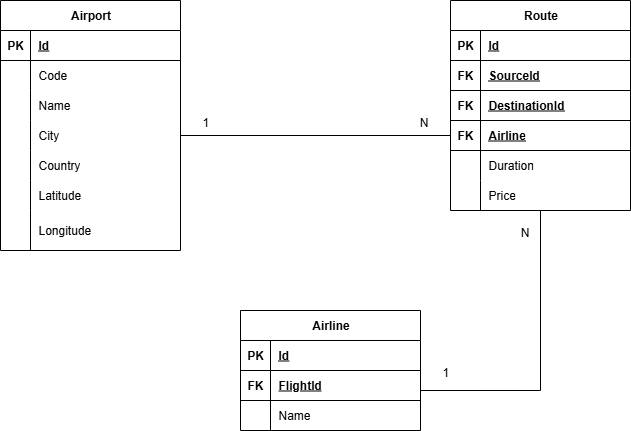
The draw.io diagram docs/dbdiagram.drawio.png in gast0nestevez/solvd-laba-personal-project, before a commit. Source tidied: cells renumbered, new cells last; positions are measured from the earlier drawing's top-left corner, leaving out a move shared by most shapes. Source of this version:
```xml
<mxGraphModel>
  <root>
    <mxCell id="0" />
    <mxCell id="1" parent="0" />
    <mxCell id="2" value="Airport" style="shape=table;startSize=30;rowLines=0;fontStyle=1;align=center;html=1;" parent="1" vertex="1">
      <mxGeometry width="180" height="250" as="geometry" />
    </mxCell>
    <mxCell id="3" style="shape=tableRow;horizontal=0;startSize=0;swimlaneHead=0;swimlaneBody=0;fillColor=none;top=0;left=0;right=0;bottom=1;" parent="2" vertex="1">
      <mxGeometry y="30" width="180" height="30" as="geometry" />
    </mxCell>
    <mxCell id="4" value="PK" style="shape=partialRectangle;fillColor=none;top=0;left=0;bottom=0;right=0;fontStyle=1;overflow=hidden;whiteSpace=wrap;html=1;" parent="3" vertex="1">
      <mxGeometry width="30" height="30" as="geometry" />
    </mxCell>
    <mxCell id="5" value="I&lt;span style=&quot;background-color: transparent; color: light-dark(rgb(0, 0, 0), rgb(255, 255, 255));&quot;&gt;d&lt;/span&gt;" style="shape=partialRectangle;fillColor=none;top=0;left=0;bottom=0;right=0;align=left;spacingLeft=6;fontStyle=5;overflow=hidden;whiteSpace=wrap;html=1;" parent="3" vertex="1">
      <mxGeometry x="30" width="150" height="30" as="geometry" />
    </mxCell>
    <mxCell id="6" style="shape=tableRow;horizontal=0;startSize=0;swimlaneHead=0;swimlaneBody=0;fillColor=none;top=0;left=0;right=0;bottom=0;" parent="2" vertex="1">
      <mxGeometry y="60" width="180" height="30" as="geometry" />
    </mxCell>
    <mxCell id="7" style="shape=partialRectangle;fillColor=none;top=0;left=0;bottom=0;right=0;overflow=hidden;whiteSpace=wrap;html=1;" parent="6" vertex="1">
      <mxGeometry width="30" height="30" as="geometry" />
    </mxCell>
    <mxCell id="8" value="Code" style="shape=partialRectangle;fillColor=none;top=0;left=0;bottom=0;right=0;align=left;spacingLeft=6;overflow=hidden;whiteSpace=wrap;html=1;" parent="6" vertex="1">
      <mxGeometry x="30" width="150" height="30" as="geometry" />
    </mxCell>
    <mxCell id="9" style="shape=tableRow;horizontal=0;startSize=0;swimlaneHead=0;swimlaneBody=0;fillColor=none;top=0;left=0;right=0;bottom=0;" parent="2" vertex="1">
      <mxGeometry y="90" width="180" height="30" as="geometry" />
    </mxCell>
    <mxCell id="10" style="shape=partialRectangle;fillColor=none;top=0;left=0;bottom=0;right=0;overflow=hidden;whiteSpace=wrap;html=1;" parent="9" vertex="1">
      <mxGeometry width="30" height="30" as="geometry" />
    </mxCell>
    <mxCell id="11" value="Name" style="shape=partialRectangle;fillColor=none;top=0;left=0;bottom=0;right=0;align=left;spacingLeft=6;overflow=hidden;whiteSpace=wrap;html=1;" parent="9" vertex="1">
      <mxGeometry x="30" width="150" height="30" as="geometry" />
    </mxCell>
    <mxCell id="12" style="shape=tableRow;horizontal=0;startSize=0;swimlaneHead=0;swimlaneBody=0;fillColor=none;points=[[0,0.5],[1,0.5]];portConstraint=eastwest;top=0;left=0;right=0;bottom=0;" parent="2" vertex="1">
      <mxGeometry y="120" width="180" height="30" as="geometry" />
    </mxCell>
    <mxCell id="13" style="shape=partialRectangle;fillColor=none;top=0;left=0;bottom=0;right=0;overflow=hidden;whiteSpace=wrap;html=1;" parent="12" vertex="1">
      <mxGeometry width="30" height="30" as="geometry" />
    </mxCell>
    <mxCell id="14" value="City" style="shape=partialRectangle;fillColor=none;top=0;left=0;bottom=0;right=0;align=left;spacingLeft=6;overflow=hidden;whiteSpace=wrap;html=1;" parent="12" vertex="1">
      <mxGeometry x="30" width="150" height="30" as="geometry" />
    </mxCell>
    <mxCell id="15" style="shape=tableRow;horizontal=0;startSize=0;swimlaneHead=0;swimlaneBody=0;fillColor=none;top=0;left=0;right=0;bottom=0;" parent="2" vertex="1">
      <mxGeometry y="150" width="180" height="30" as="geometry" />
    </mxCell>
    <mxCell id="16" style="shape=partialRectangle;fillColor=none;top=0;left=0;bottom=0;right=0;overflow=hidden;whiteSpace=wrap;html=1;" parent="15" vertex="1">
      <mxGeometry width="30" height="30" as="geometry" />
    </mxCell>
    <mxCell id="17" value="Country" style="shape=partialRectangle;fillColor=none;top=0;left=0;bottom=0;right=0;align=left;spacingLeft=6;overflow=hidden;whiteSpace=wrap;html=1;" parent="15" vertex="1">
      <mxGeometry x="30" width="150" height="30" as="geometry" />
    </mxCell>
    <mxCell id="18" style="shape=tableRow;horizontal=0;startSize=0;swimlaneHead=0;swimlaneBody=0;fillColor=none;top=0;left=0;right=0;bottom=0;" parent="2" vertex="1">
      <mxGeometry y="180" width="180" height="30" as="geometry" />
    </mxCell>
    <mxCell id="19" style="shape=partialRectangle;fillColor=none;top=0;left=0;bottom=0;right=0;overflow=hidden;whiteSpace=wrap;html=1;" parent="18" vertex="1">
      <mxGeometry width="30" height="30" as="geometry" />
    </mxCell>
    <mxCell id="20" value="Latitude" style="shape=partialRectangle;fillColor=none;top=0;left=0;bottom=0;right=0;align=left;spacingLeft=6;overflow=hidden;whiteSpace=wrap;html=1;" parent="18" vertex="1">
      <mxGeometry x="30" width="150" height="30" as="geometry" />
    </mxCell>
    <mxCell id="21" style="shape=tableRow;horizontal=0;startSize=0;swimlaneHead=0;swimlaneBody=0;fillColor=none;top=0;left=0;right=0;bottom=0;" parent="2" vertex="1">
      <mxGeometry y="210" width="180" height="40" as="geometry" />
    </mxCell>
    <mxCell id="22" style="shape=partialRectangle;fillColor=none;top=0;left=0;bottom=0;right=0;overflow=hidden;whiteSpace=wrap;html=1;" parent="21" vertex="1">
      <mxGeometry width="30" height="40" as="geometry" />
    </mxCell>
    <mxCell id="23" value="Longitude" style="shape=partialRectangle;fillColor=none;top=0;left=0;bottom=0;right=0;align=left;spacingLeft=6;overflow=hidden;whiteSpace=wrap;html=1;" parent="21" vertex="1">
      <mxGeometry x="30" width="150" height="40" as="geometry" />
    </mxCell>
    <mxCell id="24" value="Route" style="shape=table;startSize=30;rowLines=0;fontStyle=1;align=center;html=1;" parent="1" vertex="1">
      <mxGeometry x="450" width="180" height="210" as="geometry" />
    </mxCell>
    <mxCell id="25" style="shape=tableRow;horizontal=0;startSize=0;swimlaneHead=0;swimlaneBody=0;fillColor=none;top=0;left=0;right=0;bottom=1;" parent="24" vertex="1">
      <mxGeometry y="30" width="180" height="30" as="geometry" />
    </mxCell>
    <mxCell id="26" value="PK" style="shape=partialRectangle;fillColor=none;top=0;left=0;bottom=0;right=0;fontStyle=1;overflow=hidden;whiteSpace=wrap;html=1;" parent="25" vertex="1">
      <mxGeometry width="30" height="30" as="geometry" />
    </mxCell>
    <mxCell id="27" value="Id" style="shape=partialRectangle;fillColor=none;top=0;left=0;bottom=0;right=0;align=left;spacingLeft=6;fontStyle=5;overflow=hidden;whiteSpace=wrap;html=1;" parent="25" vertex="1">
      <mxGeometry x="30" width="150" height="30" as="geometry" />
    </mxCell>
    <mxCell id="28" style="shape=tableRow;horizontal=0;startSize=0;swimlaneHead=0;swimlaneBody=0;fillColor=none;top=0;left=0;right=0;bottom=1;" parent="24" vertex="1">
      <mxGeometry y="60" width="180" height="30" as="geometry" />
    </mxCell>
    <mxCell id="29" value="FK" style="shape=partialRectangle;fillColor=none;top=0;left=0;bottom=0;right=0;fontStyle=1;overflow=hidden;whiteSpace=wrap;html=1;" parent="28" vertex="1">
      <mxGeometry width="30" height="30" as="geometry" />
    </mxCell>
    <mxCell id="30" value="SourceId" style="shape=partialRectangle;fillColor=none;top=0;left=0;bottom=0;right=0;align=left;spacingLeft=6;fontStyle=5;overflow=hidden;whiteSpace=wrap;html=1;" parent="28" vertex="1">
      <mxGeometry x="30" width="150" height="30" as="geometry" />
    </mxCell>
    <mxCell id="31" style="shape=tableRow;horizontal=0;startSize=0;swimlaneHead=0;swimlaneBody=0;fillColor=none;top=0;left=0;right=0;bottom=1;" parent="24" vertex="1">
      <mxGeometry y="90" width="180" height="30" as="geometry" />
    </mxCell>
    <mxCell id="32" value="FK" style="shape=partialRectangle;fillColor=none;top=0;left=0;bottom=0;right=0;fontStyle=1;overflow=hidden;whiteSpace=wrap;html=1;" parent="31" vertex="1">
      <mxGeometry width="30" height="30" as="geometry" />
    </mxCell>
    <mxCell id="33" value="DestinationId" style="shape=partialRectangle;fillColor=none;top=0;left=0;bottom=0;right=0;align=left;spacingLeft=6;fontStyle=5;overflow=hidden;whiteSpace=wrap;html=1;" parent="31" vertex="1">
      <mxGeometry x="30" width="150" height="30" as="geometry" />
    </mxCell>
    <mxCell id="34" style="shape=tableRow;horizontal=0;startSize=0;swimlaneHead=0;swimlaneBody=0;fillColor=none;points=[[0,0.5],[1,0.5]];portConstraint=eastwest;top=0;left=0;right=0;bottom=1;" parent="24" vertex="1">
      <mxGeometry y="120" width="180" height="30" as="geometry" />
    </mxCell>
    <mxCell id="35" value="FK" style="shape=partialRectangle;fillColor=none;top=0;left=0;bottom=0;right=0;fontStyle=1;overflow=hidden;whiteSpace=wrap;html=1;" parent="34" vertex="1">
      <mxGeometry width="30" height="30" as="geometry" />
    </mxCell>
    <mxCell id="36" value="Airline" style="shape=partialRectangle;fillColor=none;top=0;left=0;bottom=0;right=0;align=left;spacingLeft=6;fontStyle=5;overflow=hidden;whiteSpace=wrap;html=1;" parent="34" vertex="1">
      <mxGeometry x="30" width="150" height="30" as="geometry" />
    </mxCell>
    <mxCell id="37" style="shape=tableRow;horizontal=0;startSize=0;swimlaneHead=0;swimlaneBody=0;fillColor=none;top=0;left=0;right=0;bottom=0;" parent="24" vertex="1">
      <mxGeometry y="150" width="180" height="30" as="geometry" />
    </mxCell>
    <mxCell id="38" style="shape=partialRectangle;fillColor=none;top=0;left=0;bottom=0;right=0;overflow=hidden;whiteSpace=wrap;html=1;" parent="37" vertex="1">
      <mxGeometry width="30" height="30" as="geometry" />
    </mxCell>
    <mxCell id="39" value="Duration" style="shape=partialRectangle;fillColor=none;top=0;left=0;bottom=0;right=0;align=left;spacingLeft=6;overflow=hidden;whiteSpace=wrap;html=1;" parent="37" vertex="1">
      <mxGeometry x="30" width="150" height="30" as="geometry" />
    </mxCell>
    <mxCell id="40" style="shape=tableRow;horizontal=0;startSize=0;swimlaneHead=0;swimlaneBody=0;fillColor=none;points=[[0,0.5],[1,0.5]];portConstraint=eastwest;top=0;left=0;right=0;bottom=0;" parent="24" vertex="1">
      <mxGeometry y="180" width="180" height="30" as="geometry" />
    </mxCell>
    <mxCell id="41" style="shape=partialRectangle;fillColor=none;top=0;left=0;bottom=0;right=0;overflow=hidden;whiteSpace=wrap;html=1;" parent="40" vertex="1">
      <mxGeometry width="30" height="30" as="geometry" />
    </mxCell>
    <mxCell id="42" value="Price" style="shape=partialRectangle;fillColor=none;top=0;left=0;bottom=0;right=0;align=left;spacingLeft=6;overflow=hidden;whiteSpace=wrap;html=1;" parent="40" vertex="1">
      <mxGeometry x="30" width="150" height="30" as="geometry" />
    </mxCell>
    <mxCell id="43" value="Airline" style="shape=table;startSize=30;rowLines=0;fontStyle=1;align=center;html=1;" parent="1" vertex="1">
      <mxGeometry x="240" y="310" width="180" height="120" as="geometry" />
    </mxCell>
    <mxCell id="44" style="shape=tableRow;horizontal=0;startSize=0;swimlaneHead=0;swimlaneBody=0;fillColor=none;top=0;left=0;right=0;bottom=1;" parent="43" vertex="1">
      <mxGeometry y="30" width="180" height="30" as="geometry" />
    </mxCell>
    <mxCell id="45" value="PK" style="shape=partialRectangle;fillColor=none;top=0;left=0;bottom=0;right=0;fontStyle=1;overflow=hidden;whiteSpace=wrap;html=1;" parent="44" vertex="1">
      <mxGeometry width="30" height="30" as="geometry" />
    </mxCell>
    <mxCell id="46" value="Id" style="shape=partialRectangle;fillColor=none;top=0;left=0;bottom=0;right=0;align=left;spacingLeft=6;fontStyle=5;overflow=hidden;whiteSpace=wrap;html=1;" parent="44" vertex="1">
      <mxGeometry x="30" width="150" height="30" as="geometry" />
    </mxCell>
    <mxCell id="47" style="shape=tableRow;horizontal=0;startSize=0;swimlaneHead=0;swimlaneBody=0;fillColor=none;points=[[0,0.5],[1,0.5]];portConstraint=eastwest;top=0;left=0;right=0;bottom=1;" parent="43" vertex="1">
      <mxGeometry y="60" width="180" height="30" as="geometry" />
    </mxCell>
    <mxCell id="48" value="FK" style="shape=partialRectangle;fillColor=none;top=0;left=0;bottom=0;right=0;fontStyle=1;overflow=hidden;whiteSpace=wrap;html=1;" parent="47" vertex="1">
      <mxGeometry width="30" height="30" as="geometry" />
    </mxCell>
    <mxCell id="49" value="FlightId" style="shape=partialRectangle;fillColor=none;top=0;left=0;bottom=0;right=0;align=left;spacingLeft=6;fontStyle=5;overflow=hidden;whiteSpace=wrap;html=1;" parent="47" vertex="1">
      <mxGeometry x="30" width="150" height="30" as="geometry" />
    </mxCell>
    <mxCell id="50" style="shape=tableRow;horizontal=0;startSize=0;swimlaneHead=0;swimlaneBody=0;fillColor=none;top=0;left=0;right=0;bottom=0;" parent="43" vertex="1">
      <mxGeometry y="90" width="180" height="30" as="geometry" />
    </mxCell>
    <mxCell id="51" style="shape=partialRectangle;fillColor=none;top=0;left=0;bottom=0;right=0;overflow=hidden;whiteSpace=wrap;html=1;" parent="50" vertex="1">
      <mxGeometry width="30" height="30" as="geometry" />
    </mxCell>
    <mxCell id="52" value="Name" style="shape=partialRectangle;fillColor=none;top=0;left=0;bottom=0;right=0;align=left;spacingLeft=6;overflow=hidden;whiteSpace=wrap;html=1;" parent="50" vertex="1">
      <mxGeometry x="30" width="150" height="30" as="geometry" />
    </mxCell>
    <mxCell id="53" style="endArrow=none;html=1;rounded=0;exitX=1;exitY=0.667;exitDx=0;exitDy=0;exitPerimeter=0;" parent="1" edge="1" source="47" target="40">
      <mxGeometry relative="1" as="geometry">
        <Array as="points">
          <mxPoint x="540" y="390" />
        </Array>
      </mxGeometry>
    </mxCell>
    <mxCell id="54" value="1" style="html=1;whiteSpace=wrap;align=left;verticalAlign=bottom;" parent="53" vertex="1">
      <mxGeometry x="-1" relative="1" as="geometry">
        <mxPoint x="20" y="-10" as="offset" />
      </mxGeometry>
    </mxCell>
    <mxCell id="55" value="N" style="html=1;whiteSpace=wrap;align=right;verticalAlign=bottom;" parent="53" vertex="1">
      <mxGeometry x="1" relative="1" as="geometry">
        <mxPoint x="-10" y="30" as="offset" />
      </mxGeometry>
    </mxCell>
    <mxCell id="56" style="endArrow=none;html=1;rounded=0;exitX=1;exitY=0.5;exitDx=0;exitDy=0;entryX=0;entryY=0.5;entryDx=0;entryDy=0;" parent="1" edge="1" source="12" target="34">
      <mxGeometry relative="1" as="geometry" />
    </mxCell>
    <mxCell id="57" value="1" style="html=1;whiteSpace=wrap;align=left;verticalAlign=bottom;" parent="56" vertex="1">
      <mxGeometry x="-1" relative="1" as="geometry">
        <mxPoint x="20" y="-5" as="offset" />
      </mxGeometry>
    </mxCell>
    <mxCell id="58" value="N" style="html=1;whiteSpace=wrap;align=right;verticalAlign=bottom;" parent="56" vertex="1">
      <mxGeometry x="1" relative="1" as="geometry">
        <mxPoint x="-21" y="-5" as="offset" />
      </mxGeometry>
    </mxCell>
  </root>
</mxGraphModel>
```
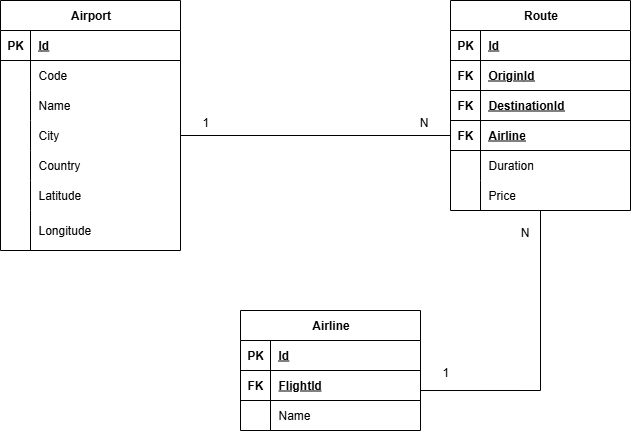
After the commit.

Commit message:
rename source to origin

Diff of the diagram source:
```diff
@@ -86,7 +86,7 @@
     <mxCell id="29" value="FK" style="shape=partialRectangle;fillColor=none;top=0;left=0;bottom=0;right=0;fontStyle=1;overflow=hidden;whiteSpace=wrap;html=1;" parent="28" vertex="1">
       <mxGeometry width="30" height="30" as="geometry" />
     </mxCell>
-    <mxCell id="30" value="SourceId" style="shape=partialRectangle;fillColor=none;top=0;left=0;bottom=0;right=0;align=left;spacingLeft=6;fontStyle=5;overflow=hidden;whiteSpace=wrap;html=1;" parent="28" vertex="1">
+    <mxCell id="30" value="Origin&lt;span style=&quot;background-color: transparent; color: light-dark(rgb(0, 0, 0), rgb(255, 255, 255));&quot;&gt;Id&lt;/span&gt;" style="shape=partialRectangle;fillColor=none;top=0;left=0;bottom=0;right=0;align=left;spacingLeft=6;fontStyle=5;overflow=hidden;whiteSpace=wrap;html=1;" parent="28" vertex="1">
       <mxGeometry x="30" width="150" height="30" as="geometry" />
     </mxCell>
     <mxCell id="31" style="shape=tableRow;horizontal=0;startSize=0;swimlaneHead=0;swimlaneBody=0;fillColor=none;top=0;left=0;right=0;bottom=1;" parent="24" vertex="1">
```
